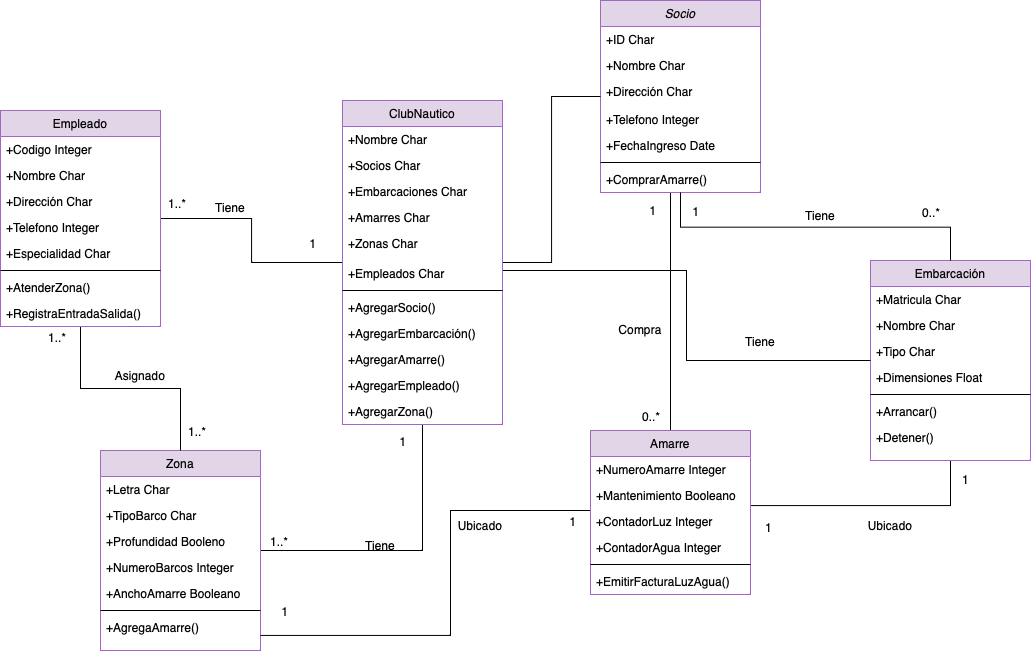
Earlier version of the draw.io export diagramas/club_nautico.drawio.png (nicholelouis/ETS). Source tidied: cells renumbered, new cells last; positions are measured from the earlier drawing's top-left corner, leaving out a move shared by most shapes.
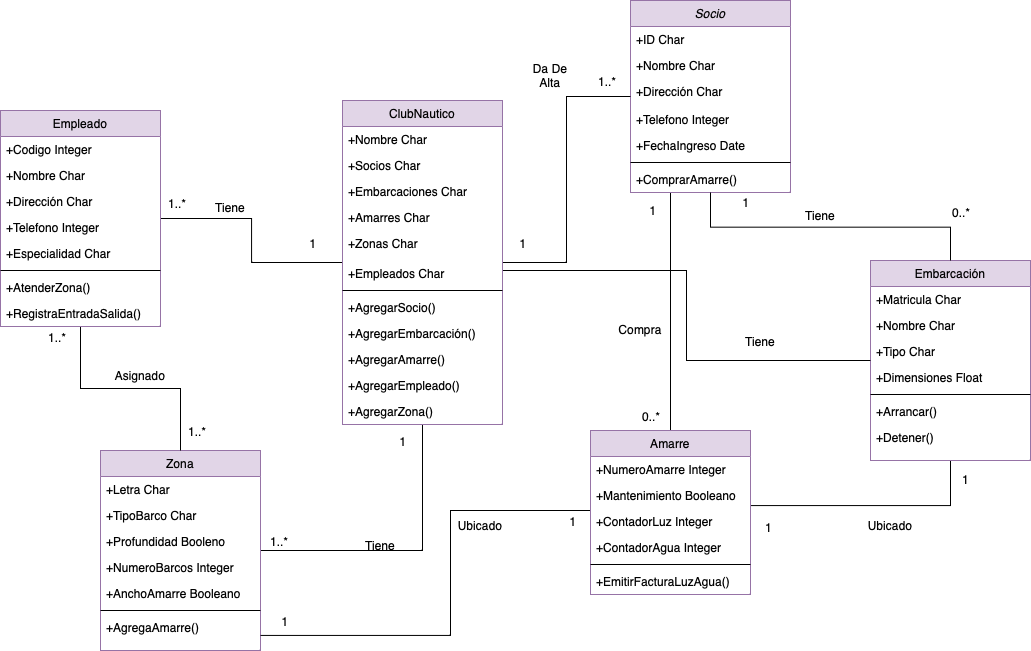
Later version of the same file.

Diff of the diagram source:
```diff
@@ -11,7 +11,7 @@
       </mxGeometry>
     </mxCell>
     <mxCell id="3" value="Socio" style="swimlane;fontStyle=2;align=center;verticalAlign=top;horizontal=1;startSize=26;rounded=0;shadow=0;strokeWidth=1;fillColor=#e1d5e7;strokeColor=#9673a6;" parent="1" vertex="1">
-      <mxGeometry x="600" width="160" height="192" as="geometry" />
+      <mxGeometry x="630" width="160" height="192" as="geometry" />
     </mxCell>
     <mxCell id="4" value="+ID Char" style="text;align=left;verticalAlign=top;spacingLeft=4;spacingRight=4;overflow=hidden;" parent="3" vertex="1">
       <mxGeometry y="26" width="160" height="26" as="geometry" />
@@ -104,7 +104,7 @@
     </mxCell>
     <mxCell id="31" value="1" style="align=right;verticalAlign=bottom;labelBackgroundColor=none;fontSize=12;" parent="29" vertex="1">
       <mxGeometry x="1" relative="1" as="geometry">
-        <mxPoint x="-250" y="-41" as="offset" />
+        <mxPoint x="-200" y="-50" as="offset" />
       </mxGeometry>
     </mxCell>
     <mxCell id="32" style="edgeStyle=orthogonalEdgeStyle;rounded=0;orthogonalLoop=1;jettySize=auto;html=1;endArrow=none;endFill=0;" parent="1" edge="1">
@@ -294,7 +294,7 @@
       </mxGeometry>
     </mxCell>
     <mxCell id="84" value="1" style="align=right;verticalAlign=bottom;labelBackgroundColor=none;fontSize=12;" parent="1" vertex="1">
-      <mxGeometry x="342" y="630" as="geometry">
+      <mxGeometry x="342" y="640" as="geometry">
         <mxPoint x="-53" y="-11" as="offset" />
       </mxGeometry>
     </mxCell>
@@ -303,5 +303,23 @@
         <mxPoint x="-53" y="-11" as="offset" />
       </mxGeometry>
     </mxCell>
+    <mxCell id="86" value="Da De Alta" style="text;html=1;align=center;verticalAlign=middle;whiteSpace=wrap;rounded=0;" parent="1" vertex="1">
+      <mxGeometry x="520" y="60" width="60" height="30" as="geometry" />
+    </mxCell>
+    <mxCell id="87" style="align=right;verticalAlign=bottom;labelBackgroundColor=none;fontSize=12;" parent="1" vertex="1">
+      <mxGeometry x="690" y="100" as="geometry">
+        <mxPoint x="-53" y="-11" as="offset" />
+      </mxGeometry>
+    </mxCell>
+    <mxCell id="88" value="1..*" style="align=right;verticalAlign=bottom;labelBackgroundColor=none;fontSize=12;" parent="1" vertex="1">
+      <mxGeometry x="670" y="100" as="geometry">
+        <mxPoint x="-53" y="-11" as="offset" />
+      </mxGeometry>
+    </mxCell>
+    <mxCell id="89" value="1" style="align=right;verticalAlign=bottom;labelBackgroundColor=none;fontSize=12;" parent="1" vertex="1">
+      <mxGeometry x="580" y="262" as="geometry">
+        <mxPoint x="-53" y="-11" as="offset" />
+      </mxGeometry>
+    </mxCell>
   </root>
 </mxGraphModel>
```
